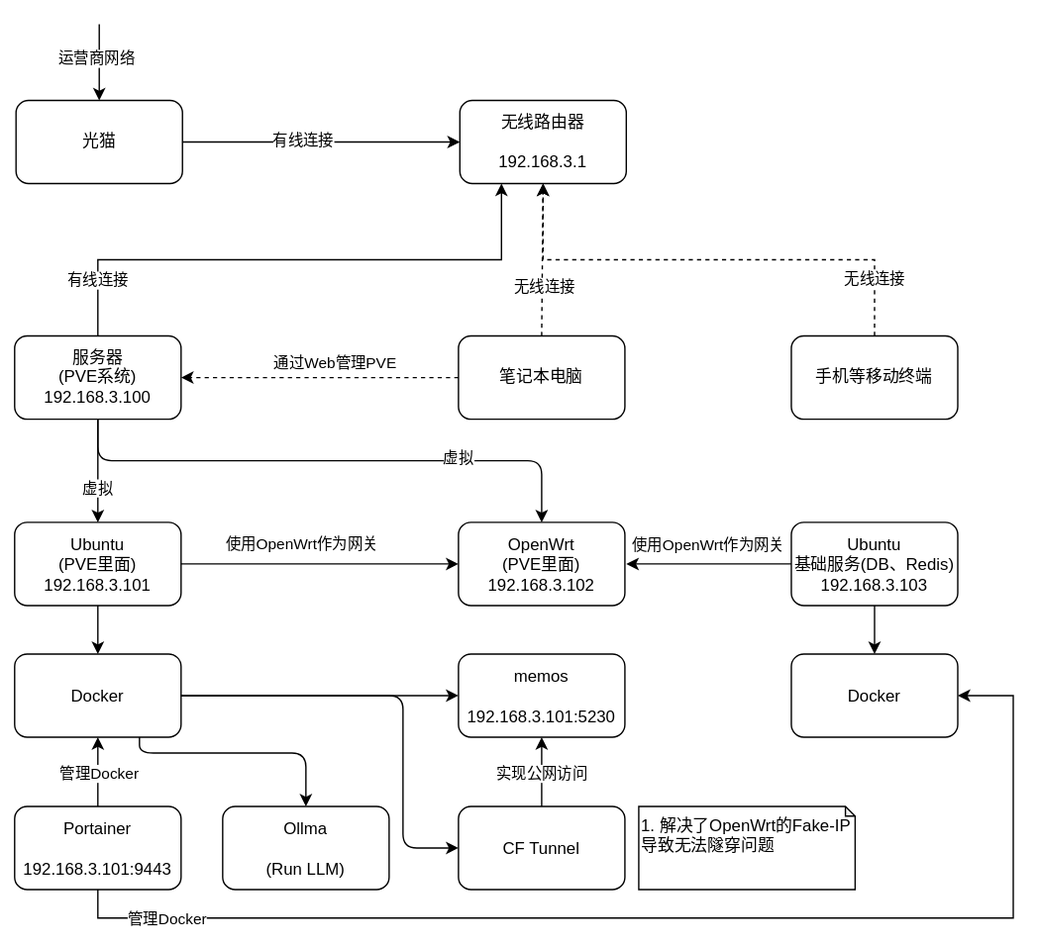
The draw.io diagram public/homelab/Moatkon-HomeLab-Arch-Deploy-Details.drawio.svg in moatkon/moatkon, before a commit. Source tidied: cells renumbered, new cells last; positions are measured from the earlier drawing's top-left corner, leaving out a move shared by most shapes.
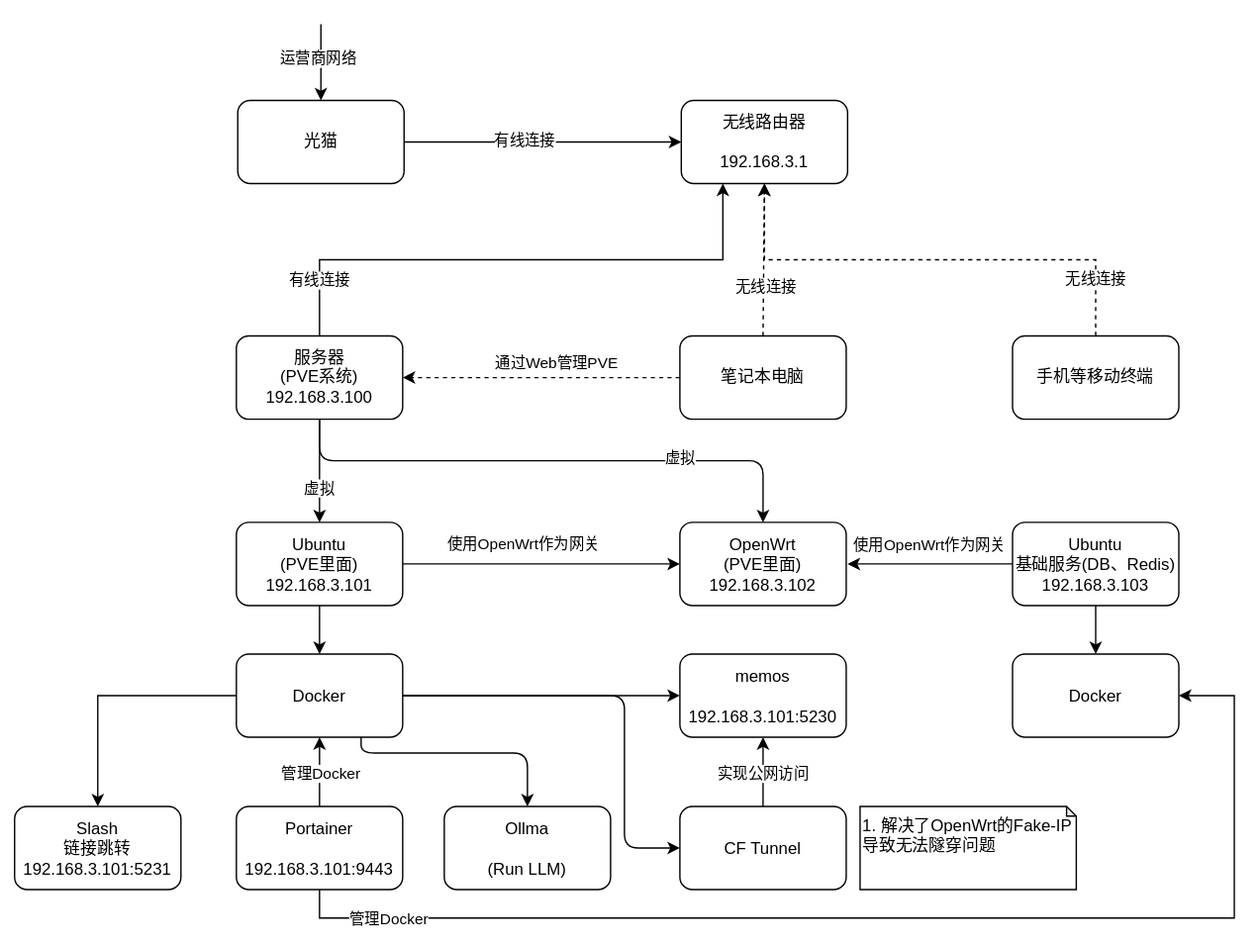
After the commit.

Change to the diagram source:
```diff
@@ -122,6 +122,9 @@
         </Array>
       </mxGeometry>
     </mxCell>
+    <mxCell id="50" style="edgeStyle=orthogonalEdgeStyle;rounded=0;jettySize=auto;html=1;exitX=0;exitY=0.5;exitDx=0;exitDy=0;entryX=0.5;entryY=0;entryDx=0;entryDy=0;" parent="1" edge="1" source="33" target="51">
+      <mxGeometry relative="1" as="geometry" />
+    </mxCell>
     <mxCell id="33" value="Docker" style="rounded=1;whiteSpace=wrap;html=1;fillColor=none;" parent="1" vertex="1">
       <mxGeometry y="454.5" width="120" height="60" as="geometry" />
     </mxCell>
@@ -183,5 +186,8 @@
     <mxCell id="49" value="管理Docker" style="edgeLabel;html=1;align=center;verticalAlign=middle;" parent="1" vertex="1">
       <mxGeometry x="110" y="646" as="geometry" />
     </mxCell>
+    <mxCell id="51" value="Slash&lt;br&gt;链接跳转&lt;br&gt;192.168.3.101:5231" style="rounded=1;whiteSpace=wrap;html=1;fillColor=none;" parent="1" vertex="1">
+      <mxGeometry x="-160" y="564.5" width="120" height="60" as="geometry" />
+    </mxCell>
   </root>
 </mxGraphModel>
```
